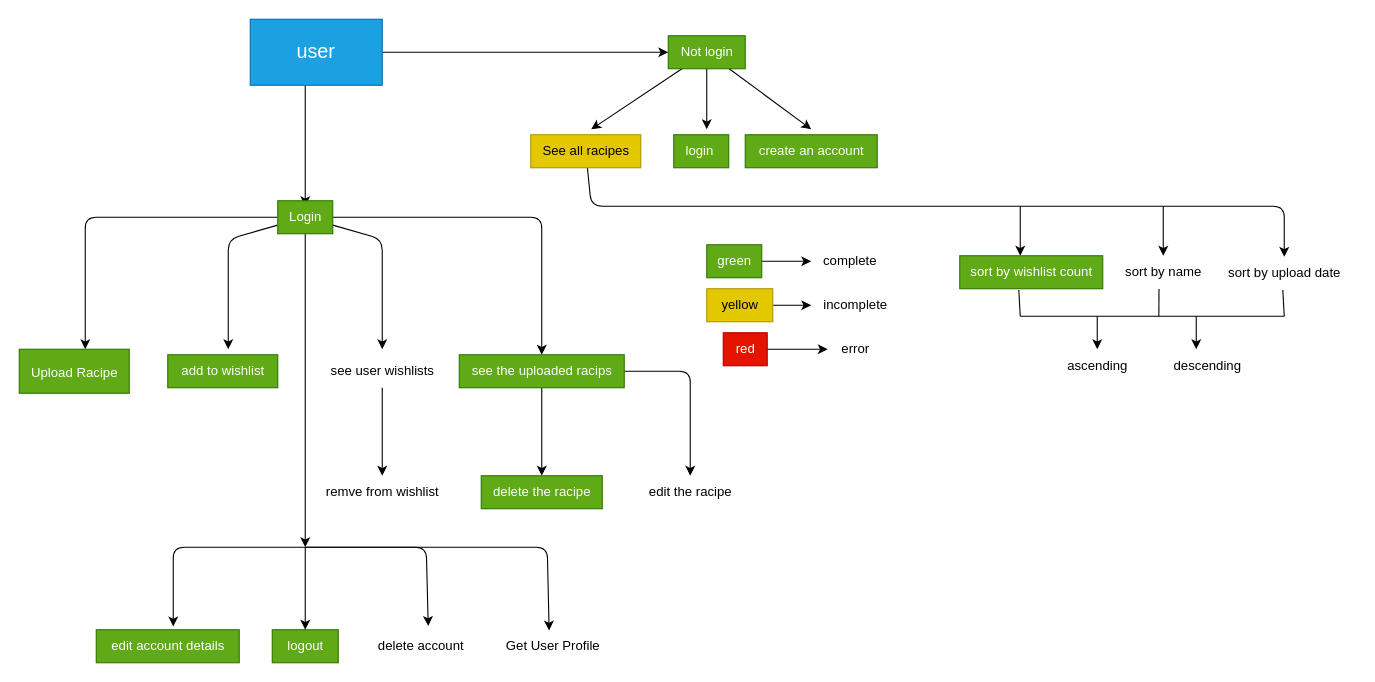
This is planning.drawio from aamir-067/racipe-project, a draw.io file, before an edit. Source tidied: cells renumbered, new cells numbered last; positions are measured from the earlier drawing's top-left corner, leaving out a move shared by most shapes. Both pictures are drawn from the tidied source at 110%, with x=0, y=0 at pixel (19, 19).
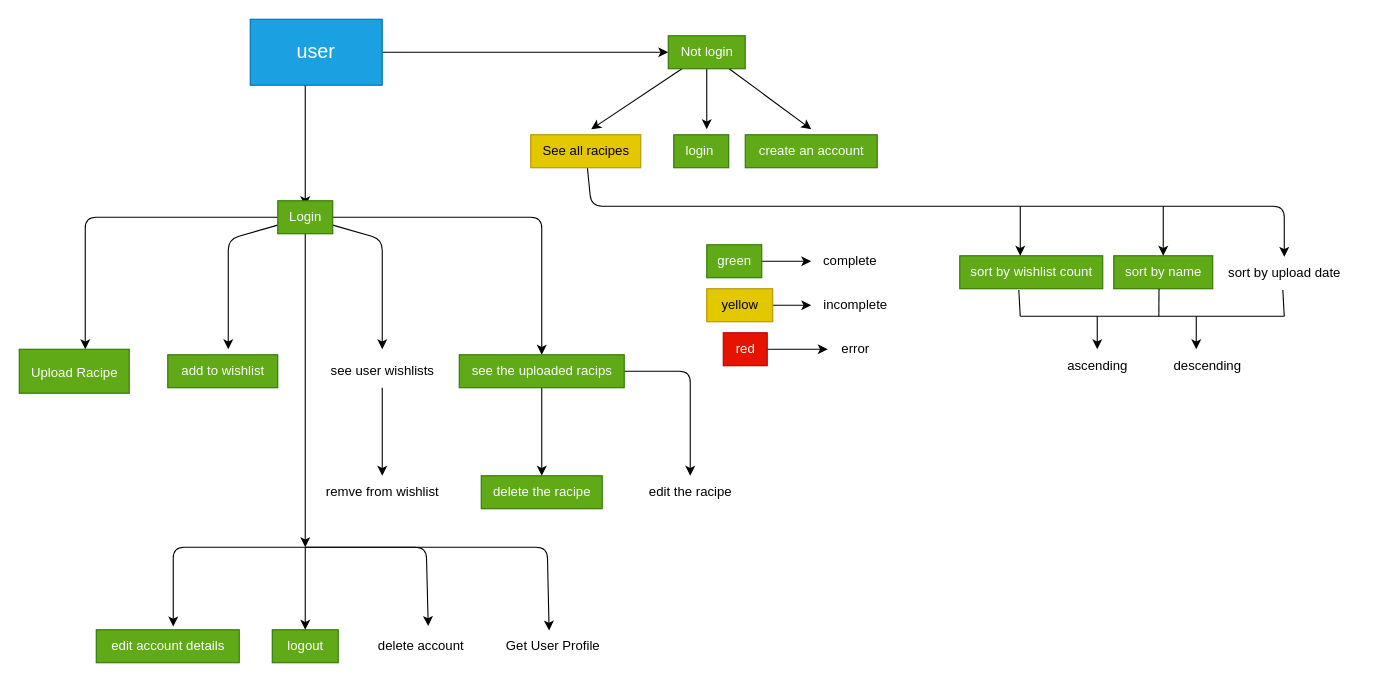
After the change.

The edit, as a diff of the source:
```diff
@@
-    <mxCell id="44" value="sort by name" style="text;html=1;align=center;verticalAlign=middle;points=[];strokeColor=none;fillColor=none;" parent="1" vertex="1">
+    <mxCell id="44" value="sort by name" style="text;html=1;align=center;verticalAlign=middle;points=[];strokeColor=#2D7600;fillColor=#60a917;fontColor=#ffffff;" parent="1" vertex="1">
       <mxGeometry x="995" y="215" width="90" height="30" as="geometry" />
     </mxCell>
```
